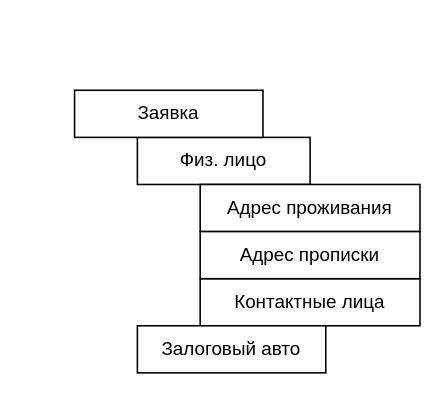
The draw.io diagram Diagram.drawio in asana008kz/alfa_and_asterx, before the edit. Source tidied: cells renumbered, new cells numbered last; positions are measured from the earlier drawing's top-left corner, leaving out a move shared by most shapes. Both pictures are drawn from the tidied source at 157%, with x=0, y=0 at pixel (74, 89).
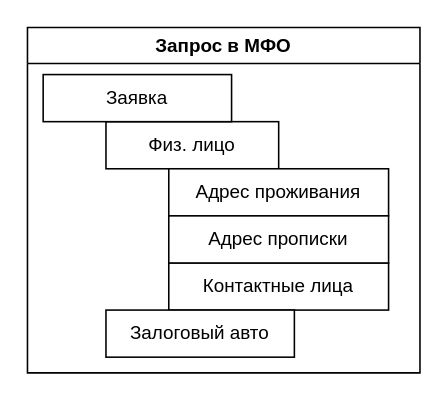
The same page after the edit.

Change to the diagram source:
```diff
@@
 <mxGraphModel>
   <root>
     <mxCell id="0" />
     <mxCell id="1" parent="0" />
+    <mxCell id="8" value="Запрос в МФО" style="swimlane;whiteSpace=wrap;html=1;" parent="1" vertex="1">
+      <mxGeometry x="-30" y="-40" width="250" height="220" as="geometry" />
+    </mxCell>
-    <mxCell id="2" value="Физ. лицо" style="rounded=0;whiteSpace=wrap;html=1;" parent="1" vertex="1">
-      <mxGeometry x="40" y="30" width="110" height="30" as="geometry" />
+    <mxCell id="2" value="Физ. лицо" style="rounded=0;whiteSpace=wrap;html=1;" parent="8" vertex="1">
+      <mxGeometry x="50" y="60" width="110" height="30" as="geometry" />
     </mxCell>
-    <mxCell id="3" value="Контактные лица" style="rounded=0;whiteSpace=wrap;html=1;" parent="1" vertex="1">
-      <mxGeometry x="80" y="120" width="140" height="30" as="geometry" />
+    <mxCell id="3" value="Контактные лица" style="rounded=0;whiteSpace=wrap;html=1;" parent="8" vertex="1">
+      <mxGeometry x="90" y="150" width="140" height="30" as="geometry" />
     </mxCell>
-    <mxCell id="4" value="Адрес проживания" style="rounded=0;whiteSpace=wrap;html=1;" parent="1" vertex="1">
-      <mxGeometry x="80" y="60" width="140" height="30" as="geometry" />
+    <mxCell id="4" value="Адрес проживания" style="rounded=0;whiteSpace=wrap;html=1;" parent="8" vertex="1">
+      <mxGeometry x="90" y="90" width="140" height="30" as="geometry" />
     </mxCell>
-    <mxCell id="5" value="Адрес прописки" style="rounded=0;whiteSpace=wrap;html=1;" parent="1" vertex="1">
-      <mxGeometry x="80" y="90" width="140" height="30" as="geometry" />
+    <mxCell id="5" value="Адрес прописки" style="rounded=0;whiteSpace=wrap;html=1;" parent="8" vertex="1">
+      <mxGeometry x="90" y="120" width="140" height="30" as="geometry" />
     </mxCell>
-    <mxCell id="6" value="Заявка" style="rounded=0;whiteSpace=wrap;html=1;" parent="1" vertex="1">
-      <mxGeometry width="120" height="30" as="geometry" />
+    <mxCell id="6" value="Заявка" style="rounded=0;whiteSpace=wrap;html=1;" parent="8" vertex="1">
+      <mxGeometry x="10" y="30" width="120" height="30" as="geometry" />
     </mxCell>
-    <mxCell id="7" value="Залоговый авто" style="rounded=0;whiteSpace=wrap;html=1;" parent="1" vertex="1">
-      <mxGeometry x="40" y="150" width="120" height="30" as="geometry" />
+    <mxCell id="7" value="Залоговый авто" style="rounded=0;whiteSpace=wrap;html=1;" parent="8" vertex="1">
+      <mxGeometry x="50" y="180" width="120" height="30" as="geometry" />
     </mxCell>
   </root>
 </mxGraphModel>
```
